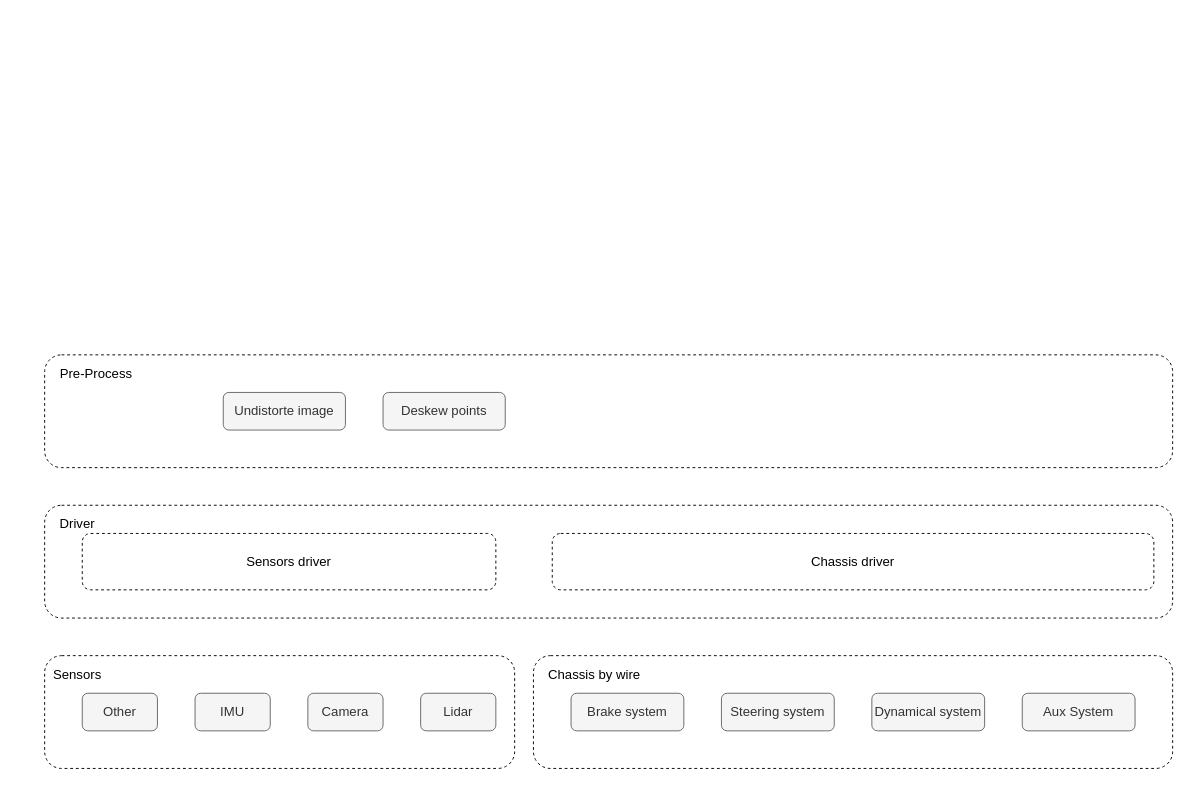
The draw.io diagram ADU_system_structure.drawio in mMikaa00/For_draw_io, before the edit. Source tidied: cells renumbered, new cells numbered last; positions are measured from the earlier drawing's top-left corner, leaving out a move shared by most shapes. Both pictures are drawn from the tidied source at 94%, with x=0, y=0 at pixel (16, 354).
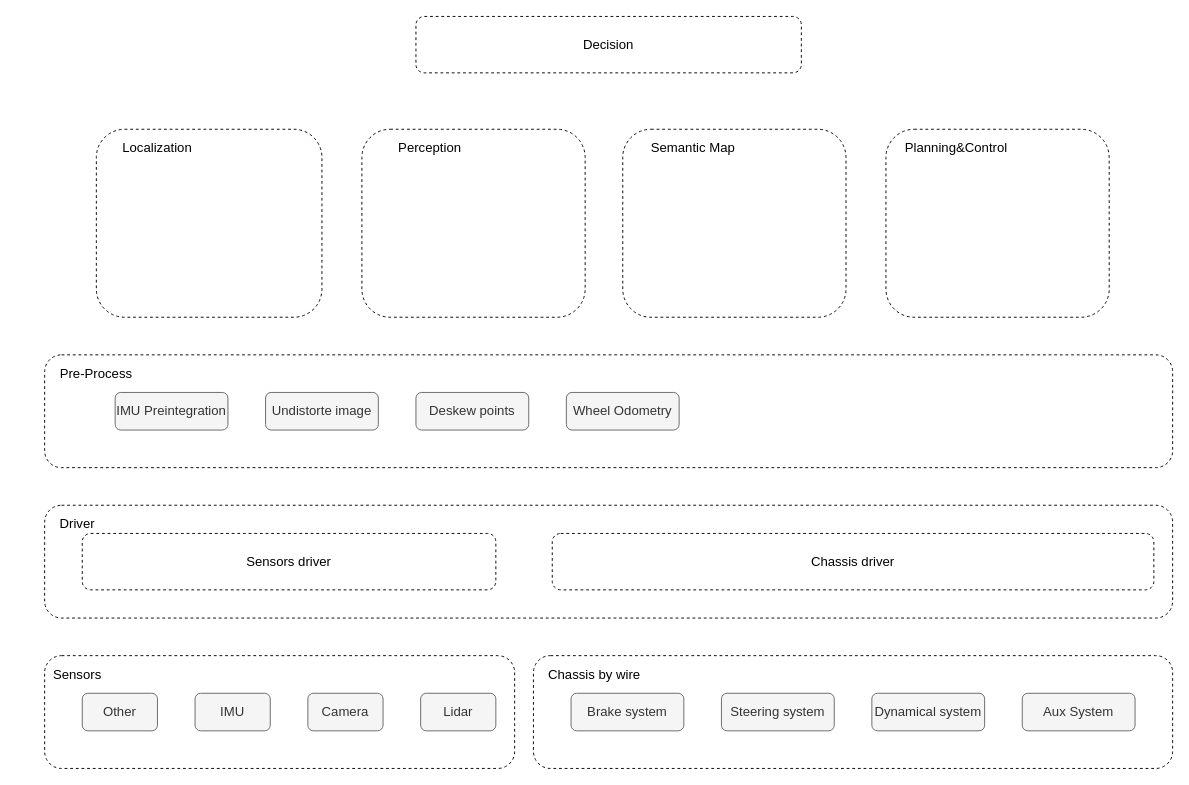
The same diagram, later.

Change to the diagram source:
```diff
@@
     <mxCell id="20" value="Undistorte image" style="rounded=1;whiteSpace=wrap;html=1;fontSize=14;fillColor=#f5f5f5;strokeColor=#666666;fontColor=#333333;" parent="1" vertex="1">
-      <mxGeometry x="220" y="40" width="130" height="40" as="geometry" />
+      <mxGeometry x="265" y="40" width="120" height="40" as="geometry" />
     </mxCell>
     <mxCell id="21" value="Deskew points" style="rounded=1;whiteSpace=wrap;html=1;fontSize=14;fillColor=#f5f5f5;strokeColor=#666666;fontColor=#333333;" parent="1" vertex="1">
-      <mxGeometry x="390" y="40" width="130" height="40" as="geometry" />
+      <mxGeometry x="425" y="40" width="120" height="40" as="geometry" />
     </mxCell>
+    <mxCell id="22" style="rounded=1;whiteSpace=wrap;html=1;fontSize=14;dashed=1;fillColor=none;" parent="1" vertex="1">
+      <mxGeometry x="85" y="-240" width="240" height="200" as="geometry" />
+    </mxCell>
+    <mxCell id="23" style="rounded=1;whiteSpace=wrap;html=1;fontSize=14;dashed=1;fillColor=none;" parent="1" vertex="1">
+      <mxGeometry x="367.5" y="-240" width="237.5" height="200" as="geometry" />
+    </mxCell>
+    <mxCell id="24" style="rounded=1;whiteSpace=wrap;html=1;fontSize=14;dashed=1;fillColor=none;" parent="1" vertex="1">
+      <mxGeometry x="645" y="-240" width="237.5" height="200" as="geometry" />
+    </mxCell>
+    <mxCell id="25" style="rounded=1;whiteSpace=wrap;html=1;fontSize=14;dashed=1;fillColor=none;" parent="1" vertex="1">
+      <mxGeometry x="925" y="-240" width="237.5" height="200" as="geometry" />
+    </mxCell>
+    <mxCell id="26" value="Decision" style="rounded=1;whiteSpace=wrap;html=1;dashed=1;fontSize=14;fillColor=none;" parent="1" vertex="1">
+      <mxGeometry x="425" y="-360" width="410" height="60" as="geometry" />
+    </mxCell>
+    <mxCell id="27" value="Localization" style="text;html=1;strokeColor=none;fillColor=none;align=center;verticalAlign=middle;whiteSpace=wrap;rounded=0;dashed=1;fontSize=14;" parent="1" vertex="1">
+      <mxGeometry x="85" y="-230" width="130" height="20" as="geometry" />
+    </mxCell>
+    <mxCell id="28" value="Perception" style="text;html=1;strokeColor=none;fillColor=none;align=center;verticalAlign=middle;whiteSpace=wrap;rounded=0;dashed=1;fontSize=14;" parent="1" vertex="1">
+      <mxGeometry x="375" y="-230" width="130" height="20" as="geometry" />
+    </mxCell>
+    <mxCell id="29" value="Semantic Map" style="text;html=1;strokeColor=none;fillColor=none;align=center;verticalAlign=middle;whiteSpace=wrap;rounded=0;dashed=1;fontSize=14;" parent="1" vertex="1">
+      <mxGeometry x="655" y="-230" width="130" height="20" as="geometry" />
+    </mxCell>
+    <mxCell id="30" value="Planning&amp;amp;Control" style="text;html=1;strokeColor=none;fillColor=none;align=center;verticalAlign=middle;whiteSpace=wrap;rounded=0;dashed=1;fontSize=14;" parent="1" vertex="1">
+      <mxGeometry x="935" y="-230" width="130" height="20" as="geometry" />
+    </mxCell>
+    <mxCell id="31" value="IMU Preintegration" style="rounded=1;whiteSpace=wrap;html=1;fontSize=14;fillColor=#f5f5f5;strokeColor=#666666;fontColor=#333333;" parent="1" vertex="1">
+      <mxGeometry x="105" y="40" width="120" height="40" as="geometry" />
+    </mxCell>
+    <mxCell id="32" value="Wheel Odometry" style="rounded=1;whiteSpace=wrap;html=1;fontSize=14;fillColor=#f5f5f5;strokeColor=#666666;fontColor=#333333;" parent="1" vertex="1">
+      <mxGeometry x="585" y="40" width="120" height="40" as="geometry" />
+    </mxCell>
```
